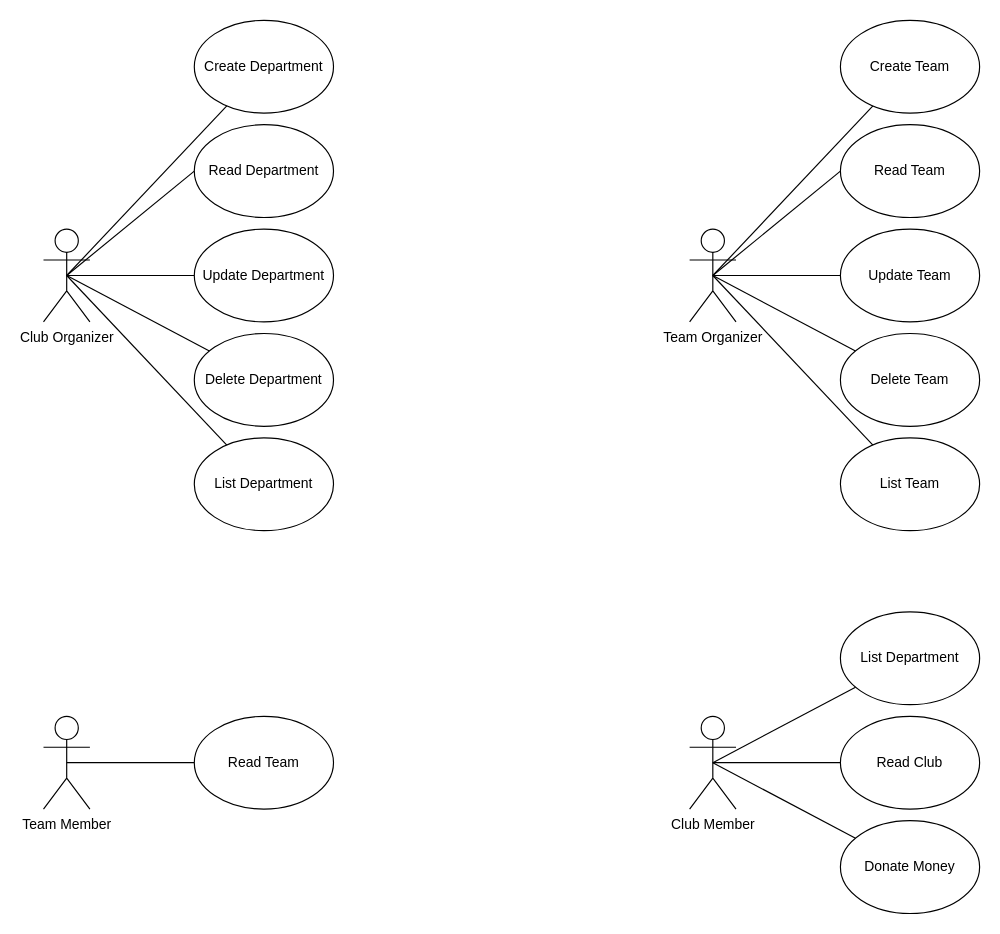
The draw.io diagram Documentation/Diagrams/actors_VfM.drawio in MJ7898/VereinsfinanzManager, before the edit. Source tidied: cells renumbered, new cells numbered last; positions are measured from the earlier drawing's top-left corner, leaving out a move shared by most shapes. Both pictures are drawn from the tidied source at 116%, with x=0, y=0 at pixel (43, 20).
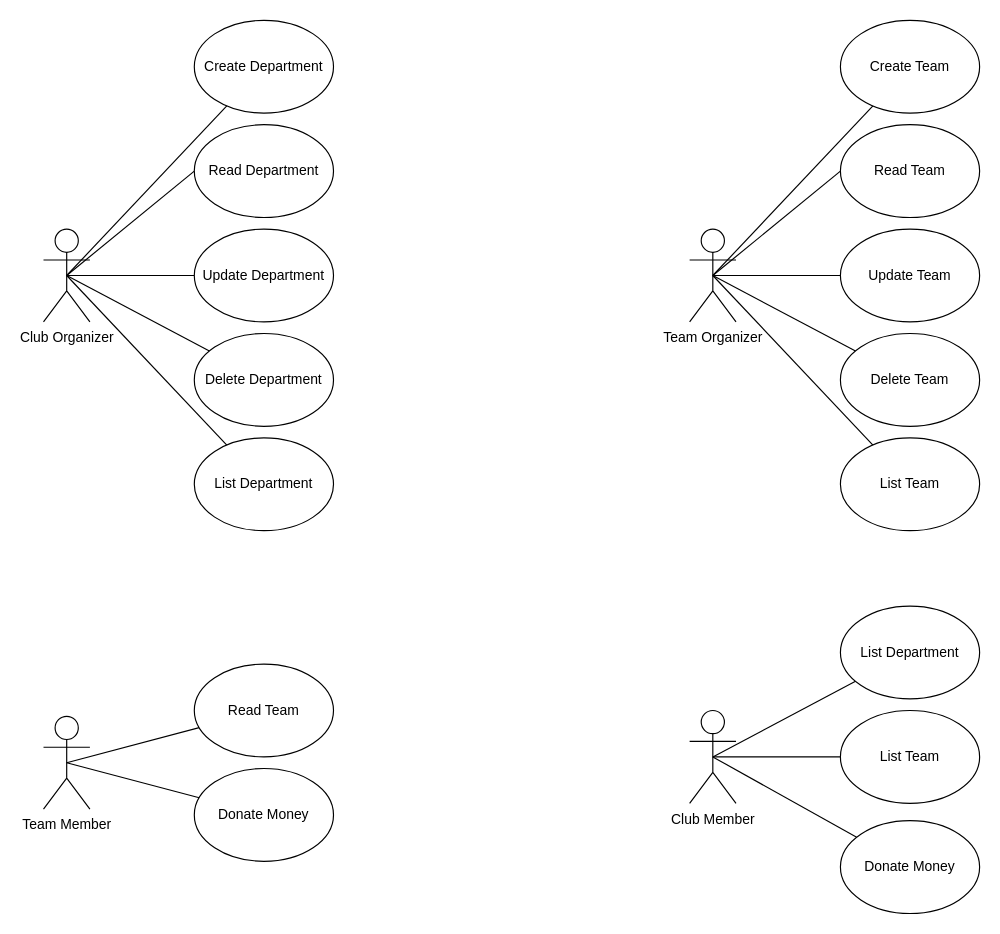
Above is the later version.

The change refers to these unchanged cells:
```xml
<mxCell id="24" value="Team Member" style="shape=umlActor;verticalLabelPosition=bottom;verticalAlign=top;html=1;outlineConnect=0;" parent="1" vertex="1">
  <mxGeometry y="600" width="40" height="80" as="geometry" />
</mxCell>
```

Change to the diagram source:
```diff
@@
     <mxCell id="26" value="Read Team" style="ellipse;whiteSpace=wrap;html=1;" parent="1" vertex="1">
-      <mxGeometry x="130" y="600" width="120" height="80" as="geometry" />
+      <mxGeometry x="130" y="555" width="120" height="80" as="geometry" />
     </mxCell>
     <mxCell id="27" value="Club Member" style="shape=umlActor;verticalLabelPosition=bottom;verticalAlign=top;html=1;outlineConnect=0;" parent="1" vertex="1">
-      <mxGeometry x="557" y="600" width="40" height="80" as="geometry" />
+      <mxGeometry x="557" y="595" width="40" height="80" as="geometry" />
     </mxCell>
-    <mxCell id="28" style="edgeStyle=none;rounded=0;jettySize=auto;html=1;entryX=0.5;entryY=0.5;entryDx=0;entryDy=0;entryPerimeter=0;endArrow=none;endFill=0;" parent="1" edge="1" source="29" target="27">
-      <mxGeometry relative="1" as="geometry" />
-    </mxCell>
-    <mxCell id="29" value="Read Club" style="ellipse;whiteSpace=wrap;html=1;" parent="1" vertex="1">
-      <mxGeometry x="687" y="600" width="120" height="80" as="geometry" />
-    </mxCell>
@@
     <mxCell id="31" value="List Department" style="ellipse;whiteSpace=wrap;html=1;" parent="1" vertex="1">
-      <mxGeometry x="687" y="510" width="120" height="80" as="geometry" />
+      <mxGeometry x="687" y="505" width="120" height="80" as="geometry" />
     </mxCell>
@@
+    <mxCell id="34" style="rounded=0;jettySize=auto;html=1;entryX=0.5;entryY=0.5;entryDx=0;entryDy=0;entryPerimeter=0;endArrow=none;endFill=0;" parent="1" edge="1" source="35" target="27">
+      <mxGeometry relative="1" as="geometry" />
+    </mxCell>
+    <mxCell id="35" value="List Team" style="ellipse;whiteSpace=wrap;html=1;" parent="1" vertex="1">
+      <mxGeometry x="687" y="595" width="120" height="80" as="geometry" />
+    </mxCell>
+    <mxCell id="36" style="edgeStyle=none;rounded=0;jettySize=auto;html=1;entryX=0.5;entryY=0.5;entryDx=0;entryDy=0;entryPerimeter=0;endArrow=none;endFill=0;" parent="1" edge="1" source="37" target="24">
+      <mxGeometry relative="1" as="geometry" />
+    </mxCell>
+    <mxCell id="37" value="Donate Money" style="ellipse;whiteSpace=wrap;html=1;" parent="1" vertex="1">
+      <mxGeometry x="130" y="645" width="120" height="80" as="geometry" />
+    </mxCell>
```
